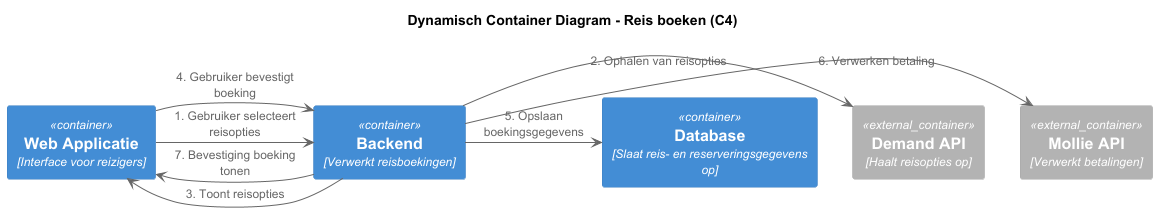
Above: opdracht-diagrammen/Dynamic_Container_Booking.png in AIM-ENE-feb25/triptop-groep-b2 (PlantUML), before the change.
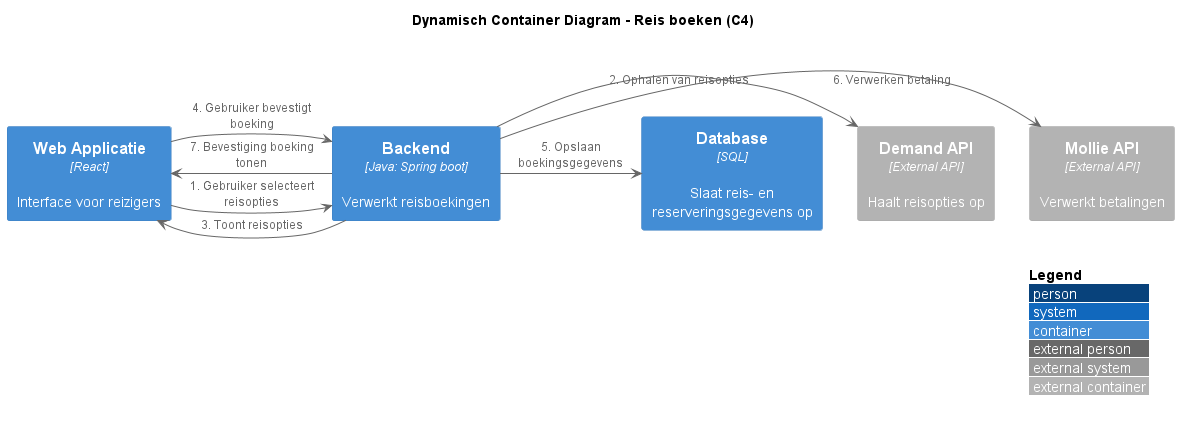
After the change.

Change to the diagram source:
```diff
@@ -2,12 +2,13 @@
 !include https://raw.githubusercontent.com/plantuml-stdlib/C4-PlantUML/master/C4_Container.puml
 
 title Dynamisch Container Diagram - Reis boeken (C4)
+LAYOUT_WITH_LEGEND()
 
-Container(WebApp, "Web Applicatie", "Interface voor reizigers")
-Container(Backend, "Backend", "Verwerkt reisboekingen")
-Container(Database, "Database", "Slaat reis- en reserveringsgegevens op")
-Container_Ext(DemandAPI, "Demand API", "Haalt reisopties op")
-Container_Ext(MollieAPI, "Mollie API", "Verwerkt betalingen")
+Container(WebApp, "Web Applicatie", "React", "Interface voor reizigers")
+Container(Backend, "Backend", "Java: Spring boot", "Verwerkt reisboekingen")
+Container(Database, "Database", "SQL", "Slaat reis- en reserveringsgegevens op")
+Container_Ext(DemandAPI, "Demand API", "External API", "Haalt reisopties op")
+Container_Ext(MollieAPI, "Mollie API", "External API", "Verwerkt betalingen")
 
 WebApp -> Backend : 1. Gebruiker selecteert reisopties
 Backend -> DemandAPI : 2. Ophalen van reisopties
@@ -17,5 +18,4 @@
 Backend -> Database : 5. Opslaan boekingsgegevens
 Backend -> MollieAPI : 6. Verwerken betaling
 Backend -> WebApp : 7. Bevestiging boeking tonen
-
 @enduml
```
